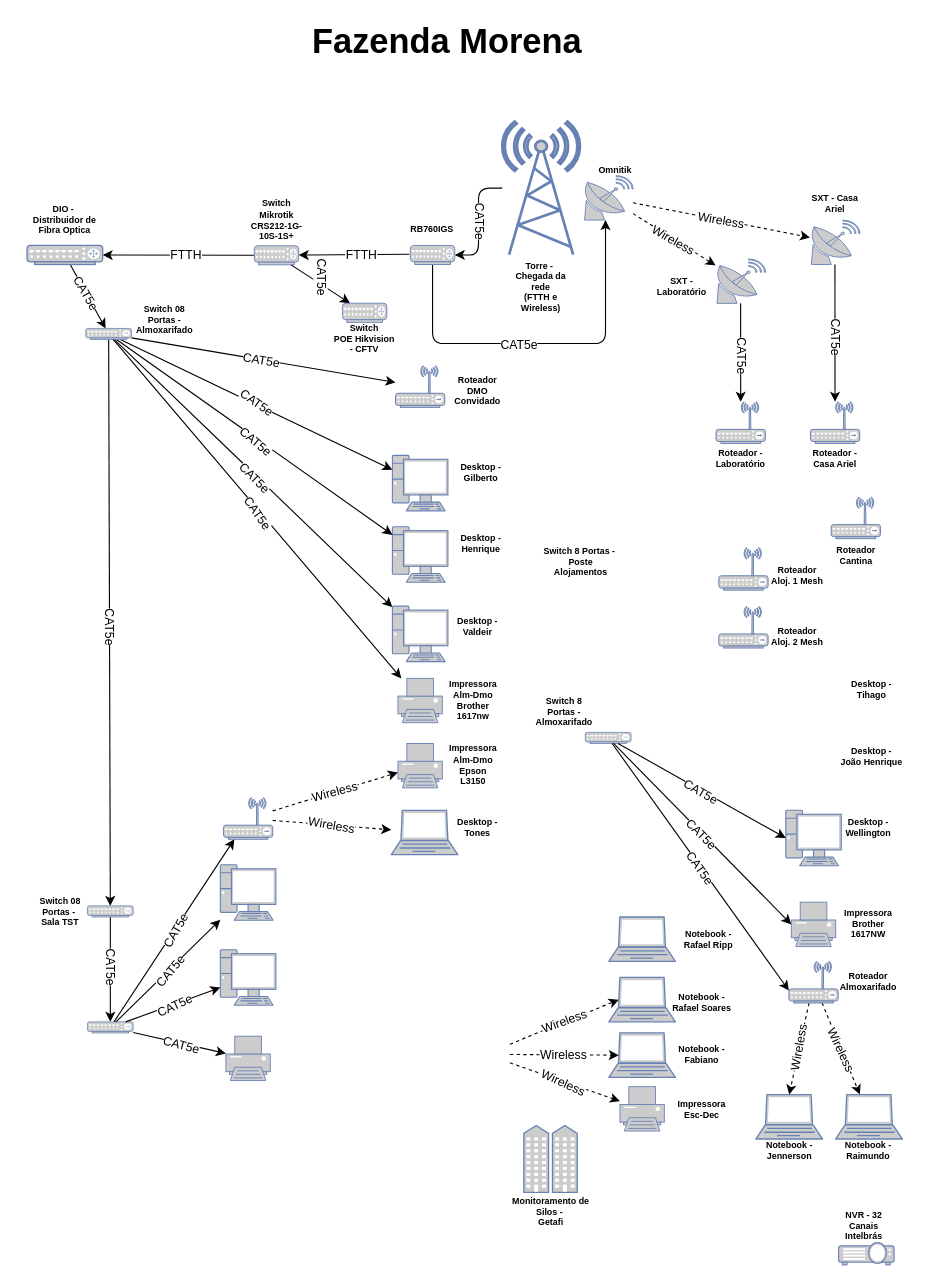
This is Diagrama Rede Morena.drawio from AlbertoPontes/Fluxogramas, a draw.io file, before an edit. Source tidied: cells renumbered, new cells numbered last; positions are measured from the earlier drawing's top-left corner, leaving out a move shared by most shapes. Both pictures are drawn from the tidied source at 111%, with x=0, y=0 at pixel (27, 19).
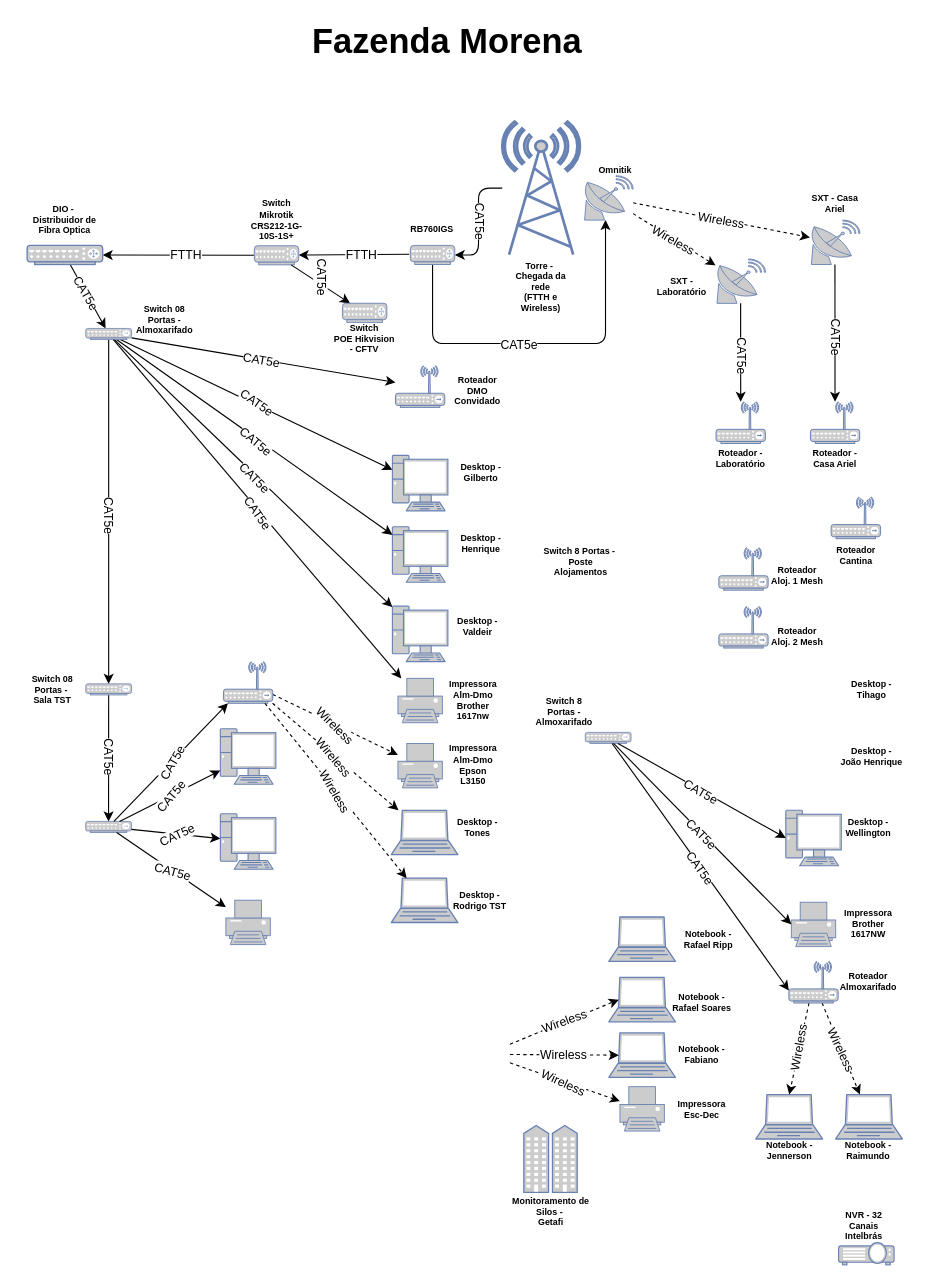
The same diagram, later.

The change refers to these unchanged cells:
```xml
<mxCell id="123" style="endArrow=classic;html=1;rounded=1;strokeColor=default;dashed=1;" parent="1" edge="1" source="134" target="130">
  <mxGeometry relative="1" as="geometry" />
</mxCell>
<mxCell id="126" style="endArrow=classic;html=1;rounded=1;strokeColor=default;dashed=1;" parent="1" edge="1" source="134" target="125">
  <mxGeometry relative="1" as="geometry" />
</mxCell>
```

Diff of the diagram source:
```diff
@@
     <mxCell id="11" style="fontColor=#0066CC;verticalAlign=top;verticalLabelPosition=bottom;labelPosition=center;align=center;html=1;outlineConnect=0;fillColor=#CCCCCC;strokeColor=#6881B3;gradientColor=none;gradientDirection=north;strokeWidth=2;shape=mxgraph.networks.pc;rounded=1;" parent="1" vertex="1">
-      <mxGeometry x="174" y="761.6" width="50" height="50" as="geometry" />
+      <mxGeometry x="174" y="639" width="50" height="50" as="geometry" />
     </mxCell>
     <mxCell id="12" style="fontColor=#0066CC;verticalAlign=top;verticalLabelPosition=bottom;labelPosition=center;align=center;html=1;outlineConnect=0;fillColor=#CCCCCC;strokeColor=#6881B3;gradientColor=none;gradientDirection=north;strokeWidth=2;shape=mxgraph.networks.pc;rounded=1;" parent="1" vertex="1">
-      <mxGeometry x="174" y="838.1" width="50" height="50" as="geometry" />
+      <mxGeometry x="174" y="715.6" width="50" height="50" as="geometry" />
     </mxCell>
@@
     <mxCell id="105" style="fontColor=#0066CC;verticalAlign=top;verticalLabelPosition=bottom;labelPosition=center;align=center;html=1;outlineConnect=0;fillColor=#CCCCCC;strokeColor=#6881B3;gradientColor=none;gradientDirection=north;strokeWidth=2;shape=mxgraph.networks.hub;rounded=1;" parent="1" vertex="1">
-      <mxGeometry x="54.3" y="903.1" width="41.2" height="10" as="geometry" />
+      <mxGeometry x="52.7" y="722.5" width="41.2" height="10" as="geometry" />
     </mxCell>
@@
     <mxCell id="113" style="fontColor=#0066CC;verticalAlign=top;verticalLabelPosition=bottom;labelPosition=center;align=center;html=1;outlineConnect=0;fillColor=#CCCCCC;strokeColor=#6881B3;gradientColor=none;gradientDirection=north;strokeWidth=2;shape=mxgraph.networks.hub;rounded=1;" parent="1" vertex="1">
-      <mxGeometry x="54.3" y="798.6" width="41.2" height="10" as="geometry" />
+      <mxGeometry x="52.8" y="598.6" width="41.2" height="10" as="geometry" />
     </mxCell>
@@
-    <mxCell id="124" value="Wireless" style="edgeLabel;html=1;align=center;verticalAlign=middle;rotation=10;rounded=1;" parent="123" vertex="1">
+    <mxCell id="124" value="Wireless" style="edgeLabel;html=1;align=center;verticalAlign=middle;rotation=50;rounded=1;" parent="123" vertex="1">
       <mxGeometry relative="1" as="geometry">
         <mxPoint x="-1" as="offset" />
       </mxGeometry>
     </mxCell>
@@
-    <mxCell id="127" value="Wireless" style="edgeLabel;html=1;align=center;verticalAlign=middle;rotation=-15;rounded=1;" parent="126" vertex="1">
+    <mxCell id="127" value="Wireless" style="edgeLabel;html=1;align=center;verticalAlign=middle;rotation=45;rounded=1;" parent="126" vertex="1">
       <mxGeometry relative="1" as="geometry">
         <mxPoint x="-1" as="offset" />
       </mxGeometry>
     </mxCell>
     <mxCell id="128" value="Switch 08 Portas -&amp;nbsp;&lt;br&gt;Sala TST" style="text;html=1;strokeColor=none;fillColor=none;align=center;verticalAlign=middle;whiteSpace=wrap;rounded=1;fontSize=8;fontStyle=1;" parent="1" vertex="1">
-      <mxGeometry y="788.6" width="60" height="30" as="geometry" />
+      <mxGeometry x="-7.2" y="588.6" width="60" height="30" as="geometry" />
     </mxCell>
@@
     <mxCell id="133" style="fontColor=#0066CC;verticalAlign=top;verticalLabelPosition=bottom;labelPosition=center;align=center;html=1;outlineConnect=0;fillColor=#CCCCCC;strokeColor=#6881B3;gradientColor=none;gradientDirection=north;strokeWidth=2;shape=mxgraph.networks.printer;rounded=1;" parent="1" vertex="1">
-      <mxGeometry x="179" y="916" width="40" height="40" as="geometry" />
+      <mxGeometry x="179" y="793.5" width="40" height="40" as="geometry" />
     </mxCell>
     <mxCell id="134" style="fontColor=#0066CC;verticalAlign=top;verticalLabelPosition=bottom;labelPosition=center;align=center;html=1;outlineConnect=0;fillColor=#CCCCCC;strokeColor=#6881B3;gradientColor=none;gradientDirection=north;strokeWidth=2;shape=mxgraph.networks.wireless_hub;rounded=1;" parent="1" vertex="1">
-      <mxGeometry x="176.8" y="701.1" width="44.4" height="37.5" as="geometry" />
+      <mxGeometry x="176.8" y="578.6" width="44.4" height="37.5" as="geometry" />
     </mxCell>
@@
+    <mxCell id="141" style="fontColor=#0066CC;verticalAlign=top;verticalLabelPosition=bottom;labelPosition=center;align=center;html=1;outlineConnect=0;fillColor=#CCCCCC;strokeColor=#6881B3;gradientColor=none;gradientDirection=north;strokeWidth=2;shape=mxgraph.networks.laptop;rounded=1;" parent="1" vertex="1">
+      <mxGeometry x="328" y="773.6" width="60" height="40" as="geometry" />
+    </mxCell>
+    <mxCell id="142" value="Desktop - Rodrigo TST" style="text;html=1;strokeColor=none;fillColor=none;align=center;verticalAlign=middle;whiteSpace=wrap;rounded=1;fontSize=8;fontStyle=1;" parent="1" vertex="1">
+      <mxGeometry x="378" y="778.6" width="60" height="30" as="geometry" />
+    </mxCell>
+    <mxCell id="143" style="endArrow=classic;html=1;rounded=1;strokeColor=default;dashed=1;" parent="1" edge="1" source="134" target="141">
+      <mxGeometry relative="1" as="geometry" />
+    </mxCell>
+    <mxCell id="144" value="Wireless" style="edgeLabel;html=1;align=center;verticalAlign=middle;rotation=60;rounded=1;" parent="143" vertex="1">
+      <mxGeometry relative="1" as="geometry">
+        <mxPoint x="-1" as="offset" />
+      </mxGeometry>
+    </mxCell>
```
